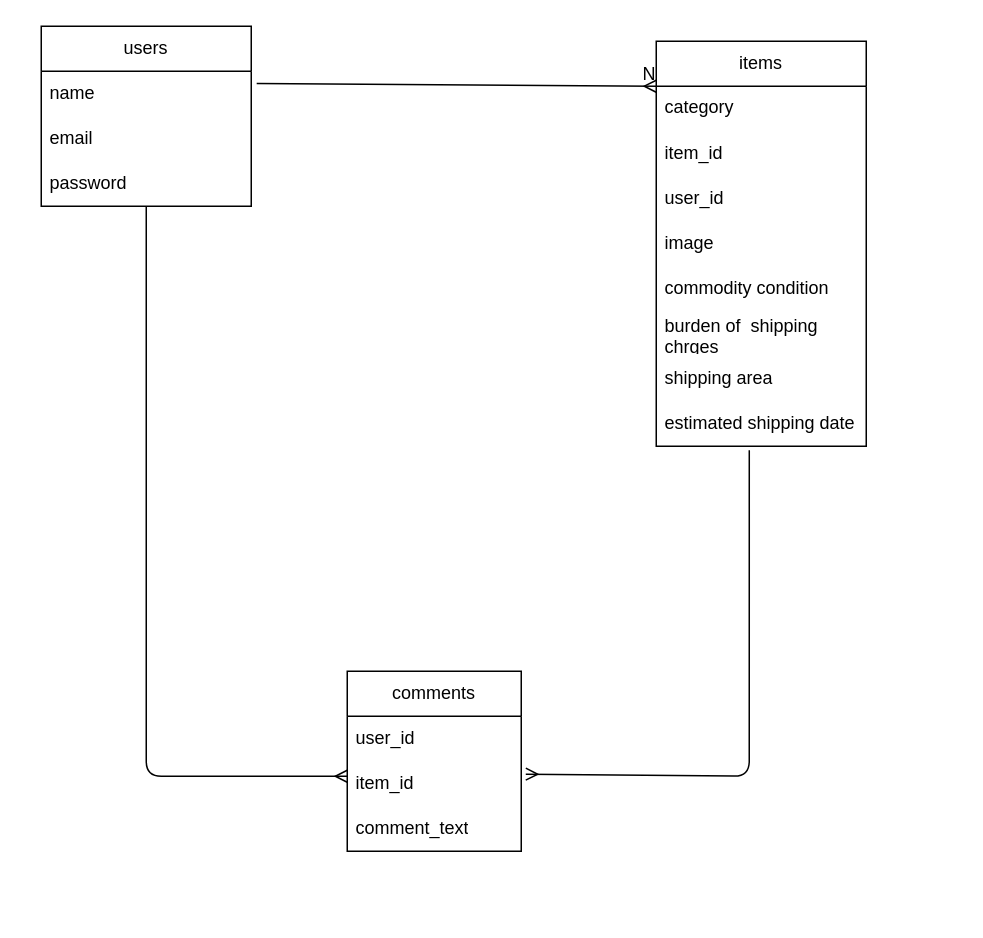
The draw.io diagram .dio in oberiberi/furima-39317, before the edit. Source tidied: cells renumbered, new cells numbered last; positions are measured from the earlier drawing's top-left corner, leaving out a move shared by most shapes. Both pictures are drawn from the tidied source at 150%, with x=0, y=0 at pixel (40, 26).
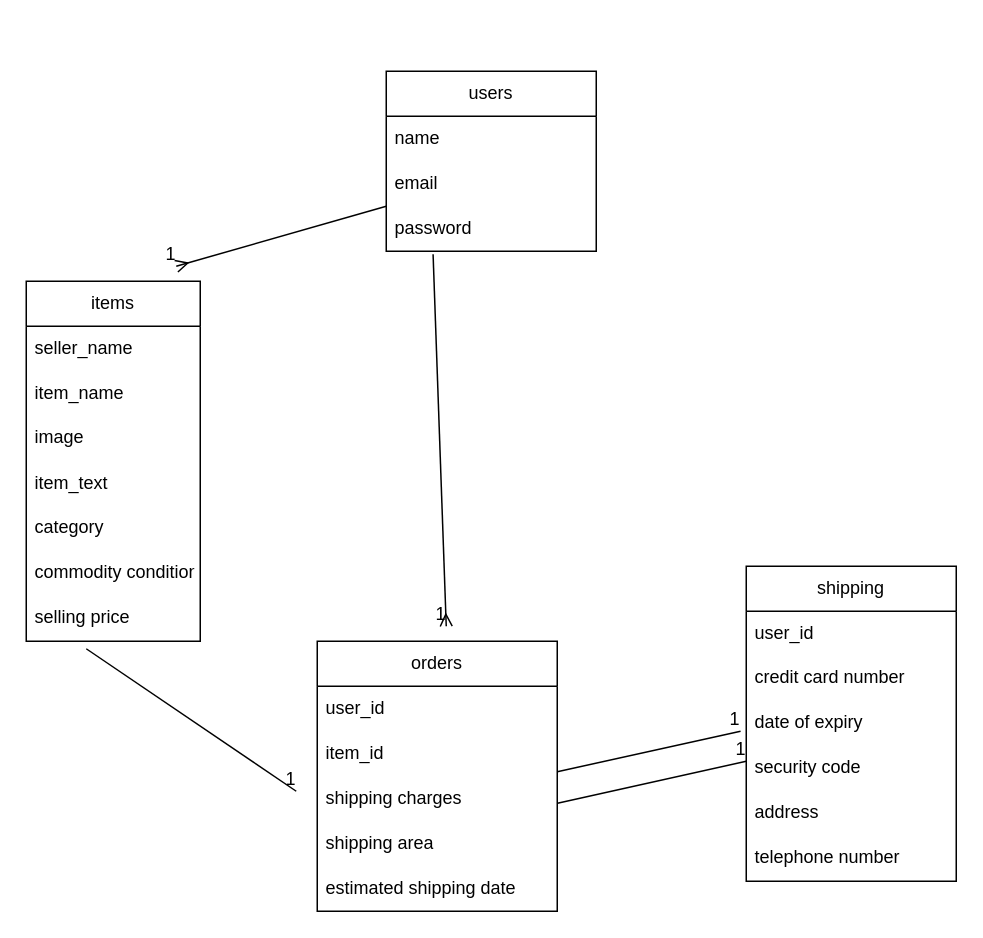
The same diagram, later.

Commit message (it also covers changes not shown here):
データベース設計　修正

The change refers to these unchanged cells:
```xml
<mxCell id="17" value="name" style="text;strokeColor=none;fillColor=none;align=left;verticalAlign=middle;spacingLeft=4;spacingRight=4;overflow=hidden;points=[[0,0.5],[1,0.5]];portConstraint=eastwest;whiteSpace=wrap;html=1;" parent="16" vertex="1">
  <mxGeometry y="30" width="140" height="30" as="geometry" />
</mxCell>
<mxCell id="19" value="password" style="text;strokeColor=none;fillColor=none;align=left;verticalAlign=middle;spacingLeft=4;spacingRight=4;overflow=hidden;points=[[0,0.5],[1,0.5]];portConstraint=eastwest;whiteSpace=wrap;html=1;" parent="16" vertex="1">
  <mxGeometry y="90" width="140" height="30" as="geometry" />
</mxCell>
```

Diff of the diagram source:
```diff
@@
-    <mxCell id="2" value="items" style="swimlane;fontStyle=0;horizontal=1;startSize=30;whiteSpace=wrap;html=1;" parent="1" vertex="1">
-      <mxGeometry x="410" y="10" width="140" height="270" as="geometry" />
+    <mxCell id="2" value="shipping" style="swimlane;fontStyle=0;horizontal=1;startSize=30;whiteSpace=wrap;html=1;" parent="1" vertex="1">
+      <mxGeometry x="470" y="360" width="140" height="210" as="geometry" />
     </mxCell>
-    <mxCell id="3" value="category" style="text;strokeColor=none;fillColor=none;spacingLeft=4;spacingRight=4;overflow=hidden;fontSize=12;" parent="2" vertex="1">
-      <mxGeometry y="30" width="140" height="30" as="geometry" />
-    </mxCell>
-    <mxCell id="4" value="item_id" style="text;strokeColor=none;fillColor=none;align=left;verticalAlign=middle;spacingLeft=4;spacingRight=4;overflow=hidden;whiteSpace=wrap;html=1;" parent="2" vertex="1">
-      <mxGeometry y="60" width="140" height="30" as="geometry" />
-    </mxCell>
     <mxCell id="5" value="user_id" style="text;strokeColor=none;fillColor=none;align=left;verticalAlign=middle;spacingLeft=4;spacingRight=4;overflow=hidden;whiteSpace=wrap;html=1;" parent="2" vertex="1">
-      <mxGeometry y="90" width="140" height="30" as="geometry" />
+      <mxGeometry y="30" width="140" height="30" as="geometry" />
     </mxCell>
-    <mxCell id="6" value="image" style="text;strokeColor=none;fillColor=none;align=left;verticalAlign=middle;spacingLeft=4;spacingRight=4;overflow=hidden;whiteSpace=wrap;html=1;" parent="2" vertex="1">
-      <mxGeometry y="120" width="140" height="30" as="geometry" />
-    </mxCell>
-    <mxCell id="7" value="commodity condition" style="text;strokeColor=none;fillColor=none;align=left;verticalAlign=middle;spacingLeft=4;spacingRight=4;overflow=hidden;whiteSpace=wrap;html=1;" parent="2" vertex="1">
-      <mxGeometry y="150" width="140" height="30" as="geometry" />
-    </mxCell>
-    <mxCell id="8" value="burden of&amp;nbsp; shipping chrges" style="text;strokeColor=none;fillColor=none;align=left;verticalAlign=middle;spacingLeft=4;spacingRight=4;overflow=hidden;whiteSpace=wrap;html=1;" parent="2" vertex="1">
-      <mxGeometry y="180" width="140" height="30" as="geometry" />
-    </mxCell>
-    <mxCell id="9" value="shipping area" style="text;strokeColor=none;fillColor=none;align=left;verticalAlign=middle;spacingLeft=4;spacingRight=4;overflow=hidden;whiteSpace=wrap;html=1;" parent="2" vertex="1">
-      <mxGeometry y="210" width="140" height="30" as="geometry" />
-    </mxCell>
-    <mxCell id="10" value="estimated shipping date" style="text;strokeColor=none;fillColor=none;align=left;verticalAlign=middle;spacingLeft=4;spacingRight=4;overflow=hidden;points=[[0,0.5],[1,0.5]];portConstraint=eastwest;whiteSpace=wrap;html=1;" parent="2" vertex="1">
-      <mxGeometry y="240" width="140" height="30" as="geometry" />
-    </mxCell>
+    <mxCell id="24" value="credit card number" style="text;strokeColor=none;fillColor=none;spacingLeft=4;spacingRight=4;overflow=hidden;fontSize=12;" parent="2" vertex="1">
+      <mxGeometry y="60" width="140" height="30" as="geometry" />
+    </mxCell>
+    <mxCell id="25" value="date of expiry" style="text;strokeColor=none;fillColor=none;spacingLeft=4;spacingRight=4;overflow=hidden;points=[[0,0.5],[1,0.5]];portConstraint=eastwest;fontSize=12;" parent="2" vertex="1">
+      <mxGeometry y="90" width="140" height="30" as="geometry" />
+    </mxCell>
+    <mxCell id="26" value="security code" style="text;strokeColor=none;fillColor=none;spacingLeft=4;spacingRight=4;overflow=hidden;fontSize=12;" parent="2" vertex="1">
+      <mxGeometry y="120" width="140" height="30" as="geometry" />
+    </mxCell>
+    <mxCell id="27" value="address" style="text;strokeColor=none;fillColor=none;spacingLeft=4;spacingRight=4;overflow=hidden;fontSize=12;" parent="2" vertex="1">
+      <mxGeometry y="150" width="140" height="30" as="geometry" />
+    </mxCell>
+    <mxCell id="28" value="telephone number" style="text;strokeColor=none;fillColor=none;spacingLeft=4;spacingRight=4;overflow=hidden;fontSize=12;" parent="2" vertex="1">
+      <mxGeometry y="180" width="140" height="30" as="geometry" />
+    </mxCell>
@@
-    <mxCell id="12" value="comments" style="swimlane;fontStyle=0;horizontal=1;startSize=30;whiteSpace=wrap;html=1;" parent="1" vertex="1">
-      <mxGeometry x="204" y="430" width="116" height="120" as="geometry" />
+    <mxCell id="12" value="items" style="swimlane;fontStyle=0;horizontal=1;startSize=30;whiteSpace=wrap;html=1;" parent="1" vertex="1">
+      <mxGeometry x="-10" y="170" width="116" height="240" as="geometry" />
     </mxCell>
-    <mxCell id="13" value="user_id" style="text;strokeColor=none;fillColor=none;align=left;verticalAlign=middle;spacingLeft=4;spacingRight=4;overflow=hidden;whiteSpace=wrap;html=1;" parent="12" vertex="1">
+    <mxCell id="13" value="seller_name" style="text;strokeColor=none;fillColor=none;align=left;verticalAlign=middle;spacingLeft=4;spacingRight=4;overflow=hidden;whiteSpace=wrap;html=1;" parent="12" vertex="1">
       <mxGeometry y="30" width="116" height="30" as="geometry" />
     </mxCell>
-    <mxCell id="14" value="item_id" style="text;strokeColor=none;fillColor=none;align=left;verticalAlign=middle;spacingLeft=4;spacingRight=4;overflow=hidden;points=[[0,0.5],[1,0.5]];portConstraint=eastwest;whiteSpace=wrap;html=1;" parent="12" vertex="1">
+    <mxCell id="14" value="item_name" style="text;strokeColor=none;fillColor=none;align=left;verticalAlign=middle;spacingLeft=4;spacingRight=4;overflow=hidden;points=[[0,0.5],[1,0.5]];portConstraint=eastwest;whiteSpace=wrap;html=1;" parent="12" vertex="1">
       <mxGeometry y="60" width="116" height="30" as="geometry" />
     </mxCell>
+    <mxCell id="6" value="image" style="text;strokeColor=none;fillColor=none;spacingLeft=4;spacingRight=4;overflow=hidden;fontSize=12;" parent="12" vertex="1">
+      <mxGeometry y="90" width="116" height="30" as="geometry" />
+    </mxCell>
-    <mxCell id="15" value="comment_text" style="text;strokeColor=none;fillColor=none;align=left;verticalAlign=middle;spacingLeft=4;spacingRight=4;overflow=hidden;whiteSpace=wrap;html=1;" parent="12" vertex="1">
-      <mxGeometry y="90" width="116" height="30" as="geometry" />
+    <mxCell id="15" value="item_text" style="text;strokeColor=none;fillColor=none;align=left;verticalAlign=middle;spacingLeft=4;spacingRight=4;overflow=hidden;whiteSpace=wrap;html=1;" parent="12" vertex="1">
+      <mxGeometry y="120" width="116" height="30" as="geometry" />
     </mxCell>
+    <mxCell id="3" value="category" style="text;strokeColor=none;fillColor=none;spacingLeft=4;spacingRight=4;overflow=hidden;fontSize=12;" parent="12" vertex="1">
+      <mxGeometry y="150" width="116" height="30" as="geometry" />
+    </mxCell>
+    <mxCell id="7" value="commodity condition" style="text;strokeColor=none;fillColor=none;spacingLeft=4;spacingRight=4;overflow=hidden;fontSize=12;" parent="12" vertex="1">
+      <mxGeometry y="180" width="116" height="30" as="geometry" />
+    </mxCell>
+    <mxCell id="29" style="endArrow=none;html=1;rounded=0;" parent="12" edge="1">
+      <mxGeometry relative="1" as="geometry">
+        <mxPoint x="40" y="245" as="sourcePoint" />
+        <mxPoint x="180" y="340" as="targetPoint" />
+      </mxGeometry>
+    </mxCell>
+    <mxCell id="30" value="1" style="html=1;align=right;verticalAlign=bottom;" parent="29" vertex="1">
+      <mxGeometry x="1" relative="1" as="geometry" />
+    </mxCell>
+    <mxCell id="31" value="selling price" style="text;strokeColor=none;fillColor=none;spacingLeft=4;spacingRight=4;overflow=hidden;fontSize=12;" parent="12" vertex="1">
+      <mxGeometry y="210" width="116" height="30" as="geometry" />
+    </mxCell>
     <mxCell id="16" value="users" style="swimlane;fontStyle=0;horizontal=1;startSize=30;whiteSpace=wrap;html=1;" parent="1" vertex="1">
-      <mxGeometry width="140" height="120" as="geometry" />
+      <mxGeometry x="230" y="30" width="140" height="120" as="geometry" />
     </mxCell>
@@
-    <mxCell id="20" style="endArrow=ERmany;html=1;endFill=0;" parent="1" edge="1" source="19">
-      <mxGeometry relative="1" as="geometry">
-        <mxPoint x="204" y="500" as="targetPoint" />
-        <Array as="points">
-          <mxPoint x="70" y="500" />
-        </Array>
-      </mxGeometry>
-    </mxCell>
-    <mxCell id="21" style="endArrow=ERmany;html=1;endFill=0;entryX=1.026;entryY=0.287;entryDx=0;entryDy=0;entryPerimeter=0;exitX=0.443;exitY=1.087;exitDx=0;exitDy=0;exitPerimeter=0;" parent="1" edge="1" source="10" target="14">
-      <mxGeometry relative="1" as="geometry">
-        <Array as="points">
-          <mxPoint x="472" y="500" />
-        </Array>
-      </mxGeometry>
-    </mxCell>
-    <mxCell id="22" style="endArrow=ERmany;html=1;rounded=0;endFill=0;exitX=1.026;exitY=0.273;exitDx=0;exitDy=0;exitPerimeter=0;" parent="1" edge="1" source="17">
-      <mxGeometry relative="1" as="geometry">
-        <mxPoint x="410" y="40" as="targetPoint" />
-      </mxGeometry>
-    </mxCell>
-    <mxCell id="23" value="N" style="html=1;align=right;verticalAlign=bottom;" parent="22" vertex="1">
-      <mxGeometry x="1" relative="1" as="geometry" />
-    </mxCell>
+    <mxCell id="32" value="orders" style="swimlane;fontStyle=0;horizontal=1;startSize=30;whiteSpace=wrap;html=1;" parent="1" vertex="1">
+      <mxGeometry x="184" y="410" width="160" height="180" as="geometry" />
+    </mxCell>
+    <mxCell id="33" value="user_id" style="text;strokeColor=none;fillColor=none;align=left;verticalAlign=middle;spacingLeft=4;spacingRight=4;overflow=hidden;whiteSpace=wrap;html=1;" parent="32" vertex="1">
+      <mxGeometry y="30" width="160" height="30" as="geometry" />
+    </mxCell>
+    <mxCell id="4" value="item_id" style="text;strokeColor=none;fillColor=none;align=left;verticalAlign=middle;spacingLeft=4;spacingRight=4;overflow=hidden;whiteSpace=wrap;html=1;" parent="32" vertex="1">
+      <mxGeometry y="60" width="160" height="30" as="geometry" />
+    </mxCell>
+    <mxCell id="34" value="shipping charges" style="text;strokeColor=none;fillColor=none;align=left;verticalAlign=middle;spacingLeft=4;spacingRight=4;overflow=hidden;points=[[0,0.5],[1,0.5]];portConstraint=eastwest;whiteSpace=wrap;html=1;" parent="32" vertex="1">
+      <mxGeometry y="90" width="160" height="30" as="geometry" />
+    </mxCell>
+    <mxCell id="9" value="shipping area" style="text;strokeColor=none;fillColor=none;align=left;verticalAlign=middle;spacingLeft=4;spacingRight=4;overflow=hidden;whiteSpace=wrap;html=1;" parent="32" vertex="1">
+      <mxGeometry y="120" width="160" height="30" as="geometry" />
+    </mxCell>
+    <mxCell id="10" value="estimated shipping date" style="text;strokeColor=none;fillColor=none;align=left;verticalAlign=middle;spacingLeft=4;spacingRight=4;overflow=hidden;points=[[0,0.5],[1,0.5]];portConstraint=eastwest;whiteSpace=wrap;html=1;" parent="32" vertex="1">
+      <mxGeometry y="150" width="160" height="30" as="geometry" />
+    </mxCell>
+    <mxCell id="35" style="endArrow=ERmany;html=1;rounded=0;exitX=0.223;exitY=1.067;exitDx=0;exitDy=0;exitPerimeter=0;endFill=0;" parent="1" edge="1" source="19">
+      <mxGeometry relative="1" as="geometry">
+        <mxPoint x="270" y="400" as="targetPoint" />
+      </mxGeometry>
+    </mxCell>
+    <mxCell id="36" value="1" style="html=1;align=right;verticalAlign=bottom;" parent="35" vertex="1">
+      <mxGeometry x="1" relative="1" as="geometry" />
+    </mxCell>
+    <mxCell id="37" style="endArrow=ERmany;html=1;rounded=0;exitX=0;exitY=0;exitDx=0;exitDy=0;exitPerimeter=0;endFill=0;" parent="1" edge="1" source="19">
+      <mxGeometry relative="1" as="geometry">
+        <mxPoint x="90" y="160" as="targetPoint" />
+      </mxGeometry>
+    </mxCell>
+    <mxCell id="38" value="1" style="html=1;align=right;verticalAlign=bottom;" parent="37" vertex="1">
+      <mxGeometry x="1" relative="1" as="geometry" />
+    </mxCell>
+    <mxCell id="39" style="endArrow=none;html=1;rounded=0;entryX=-0.027;entryY=0.667;entryDx=0;entryDy=0;entryPerimeter=0;" parent="1" edge="1" target="25">
+      <mxGeometry relative="1" as="geometry">
+        <mxPoint x="344" y="497" as="sourcePoint" />
+      </mxGeometry>
+    </mxCell>
+    <mxCell id="40" value="1" style="html=1;align=right;verticalAlign=bottom;" parent="39" vertex="1">
+      <mxGeometry x="1" relative="1" as="geometry" />
+    </mxCell>
+    <mxCell id="41" style="endArrow=none;html=1;rounded=0;entryX=0.78;entryY=1.1;entryDx=0;entryDy=0;entryPerimeter=0;exitX=1.001;exitY=0.6;exitDx=0;exitDy=0;exitPerimeter=0;" parent="1" edge="1" source="34">
+      <mxGeometry relative="1" as="geometry">
+        <mxPoint x="470" y="490" as="targetPoint" />
+      </mxGeometry>
+    </mxCell>
+    <mxCell id="42" value="1" style="html=1;align=right;verticalAlign=bottom;" parent="41" vertex="1">
+      <mxGeometry x="1" relative="1" as="geometry" />
+    </mxCell>
```
